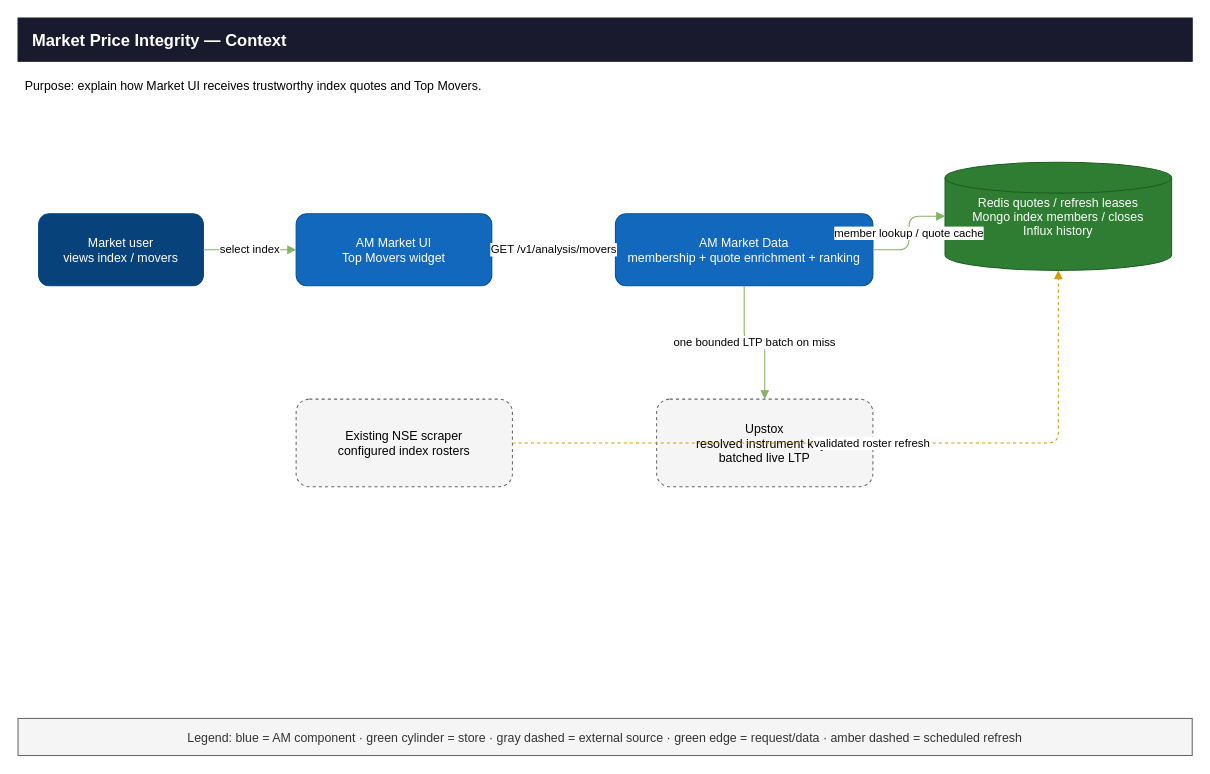
Before: page "Context" (1 of 5) of docs/market-price-integrity/architecture.drawio in AM-Portfolio/am-market, a draw.io diagram. Source tidied: cells renumbered, new cells numbered last; positions are measured from the earlier drawing's top-left corner, leaving out a move shared by most shapes. Both pictures are drawn from the tidied source at 103%, with x=0, y=0 at pixel (18, 18).
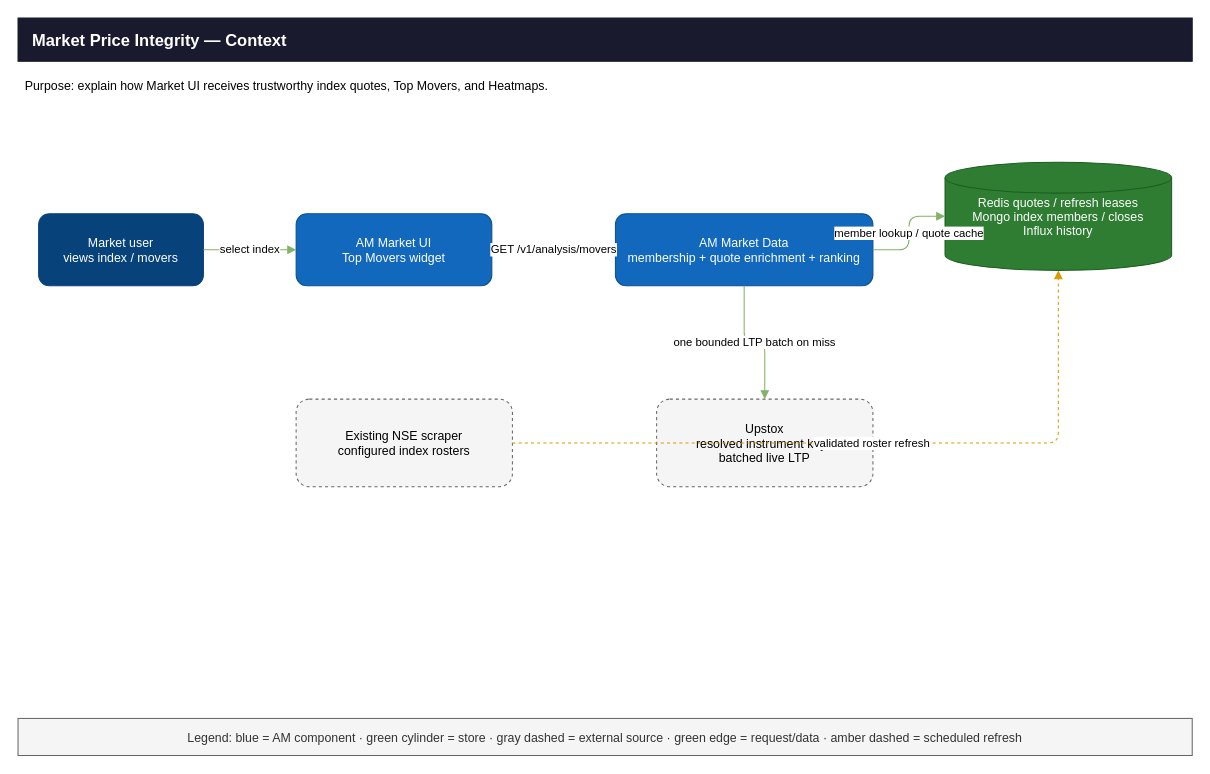
The same page after the edit.

What changed in the source:
```diff
@@
 <mxGraphModel>
   <root>
     <mxCell id="0" />
     <mxCell id="1" parent="0" />
     <mxCell id="2" value="Market Price Integrity — Context" style="rounded=0;fillColor=#1A1A2E;strokeColor=#1A1A2E;fontColor=#FFFFFF;fontStyle=1;align=left;spacingLeft=12;fontSize=16;" parent="1" vertex="1">
       <mxGeometry width="1140" height="42" as="geometry" />
     </mxCell>
-    <mxCell id="3" value="Purpose: explain how Market UI receives trustworthy index quotes and Top Movers." style="text;html=1;align=left;" parent="1" vertex="1">
+    <mxCell id="3" value="Purpose: explain how Market UI receives trustworthy index quotes, Top Movers, and Heatmaps." style="text;html=1;align=left;" parent="1" vertex="1">
       <mxGeometry x="5" y="52" width="900" height="28" as="geometry" />
     </mxCell>
     <mxCell id="4" value="Market user&#10;views index / movers" style="rounded=1;fillColor=#08427B;strokeColor=#08427B;fontColor=#FFFFFF;" parent="1" vertex="1">
       <mxGeometry x="20" y="190" width="160" height="70" as="geometry" />
     </mxCell>
     <mxCell id="5" value="AM Market UI&#10;Top Movers widget" style="rounded=1;fillColor=#1168BD;strokeColor=#0B4F8A;fontColor=#FFFFFF;" parent="1" vertex="1">
       <mxGeometry x="270" y="190" width="190" height="70" as="geometry" />
     </mxCell>
     <mxCell id="6" value="AM Market Data&#10;membership + quote enrichment + ranking" style="rounded=1;fillColor=#1168BD;strokeColor=#0B4F8A;fontColor=#FFFFFF;" parent="1" vertex="1">
       <mxGeometry x="580" y="190" width="250" height="70" as="geometry" />
     </mxCell>
     <mxCell id="7" value="Redis quotes / refresh leases&#10;Mongo index members / closes&#10;Influx history" style="shape=cylinder3;fillColor=#2E7D32;strokeColor=#1B5E20;fontColor=#FFFFFF;" parent="1" vertex="1">
       <mxGeometry x="900" y="140" width="220" height="105" as="geometry" />
     </mxCell>
     <mxCell id="8" value="Upstox&#10;resolved instrument keys&#10;batched live LTP" style="rounded=1;fillColor=#F5F5F5;strokeColor=#666666;dashed=1;" parent="1" vertex="1">
       <mxGeometry x="620" y="370" width="210" height="85" as="geometry" />
     </mxCell>
     <mxCell id="9" value="Existing NSE scraper&#10;configured index rosters" style="rounded=1;fillColor=#F5F5F5;strokeColor=#666666;dashed=1;" parent="1" vertex="1">
       <mxGeometry x="270" y="370" width="210" height="85" as="geometry" />
     </mxCell>
     <mxCell id="10" value="select index" style="edgeStyle=orthogonalEdgeStyle;strokeColor=#82B366;endArrow=block;html=1;" parent="1" edge="1" source="4" target="5">
       <mxGeometry relative="1" as="geometry" />
     </mxCell>
     <mxCell id="11" value="GET /v1/analysis/movers" style="edgeStyle=orthogonalEdgeStyle;strokeColor=#82B366;endArrow=block;html=1;" parent="1" edge="1" source="5" target="6">
       <mxGeometry relative="1" as="geometry" />
     </mxCell>
     <mxCell id="12" value="member lookup / quote cache" style="edgeStyle=orthogonalEdgeStyle;strokeColor=#82B366;endArrow=block;html=1;" parent="1" edge="1" source="6" target="7">
       <mxGeometry relative="1" as="geometry" />
     </mxCell>
     <mxCell id="13" value="one bounded LTP batch on miss" style="edgeStyle=orthogonalEdgeStyle;strokeColor=#82B366;endArrow=block;html=1;" parent="1" edge="1" source="6" target="8">
       <mxGeometry relative="1" as="geometry" />
     </mxCell>
     <mxCell id="14" value="validated roster refresh" style="edgeStyle=orthogonalEdgeStyle;dashed=1;strokeColor=#D79B00;endArrow=block;html=1;" parent="1" edge="1" source="9" target="7">
       <mxGeometry relative="1" as="geometry" />
     </mxCell>
     <mxCell id="15" value="Legend: blue = AM component · green cylinder = store · gray dashed = external source · green edge = request/data · amber dashed = scheduled refresh" style="rounded=0;fillColor=#F5F5F5;strokeColor=#666666;fontColor=#333333;" parent="1" vertex="1">
       <mxGeometry y="680" width="1140" height="36" as="geometry" />
     </mxCell>
   </root>
 </mxGraphModel>
```
